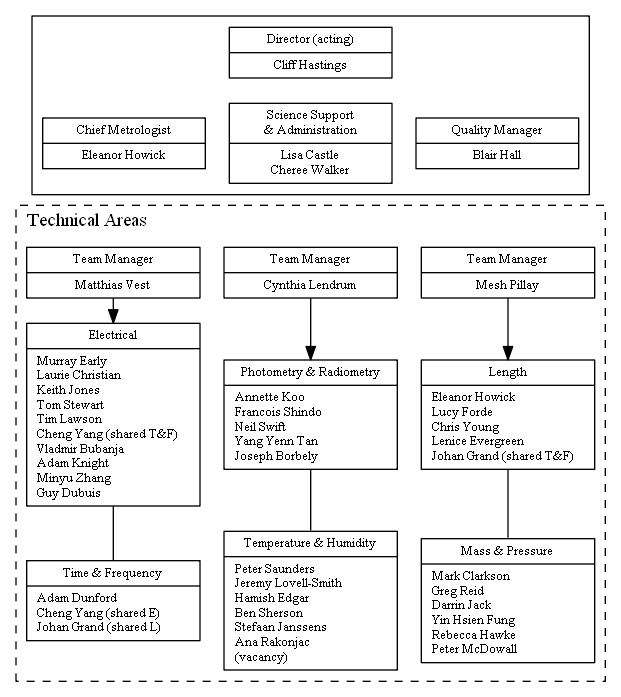
Before: quality_manual_document/pictures/MSL_org_full.png, a diagram exported from Graphviz (MSLNZ/Quality-Manual). Its source is kept beside it as quality_manual_document/pictures/MSL_org_full.gv.
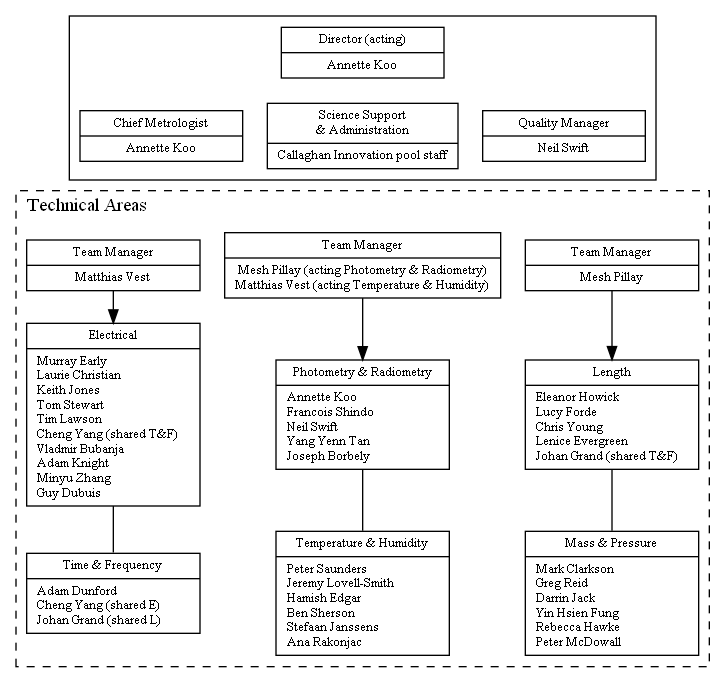
The same file after the commit.

The edit, as a diff of the source:
```diff
@@ -23,14 +23,14 @@
         nodesep = "0.1 equally"     /* minimum horizontal distance */
 
         B1 [style=invis];
-        D [label="{Director (acting)|Cliff Hastings}"];
+        D [label="{Director (acting)|Annette Koo}"];
         B2 [style=invis];
 
         {rank=same; B2, D, B1 ; }
 
-        QM [label="{Quality Manager|Blair Hall}" ];
-        SSC[label="{Science Support\n& Administration|Lisa Castle\nCheree Walker}" ];
-        CM [label="{Chief Metrologist|Eleanor Howick}" ];
+        QM [label="{Quality Manager|Neil Swift}" ];
+        SSC[label="{Science Support\n& Administration|Callaghan Innovation pool staff}" ];
+        CM [label="{Chief Metrologist|Annette Koo}" ];
 
         {rank=same; QM, SSC, CM; }
 
@@ -66,7 +66,8 @@
 
         TeamTemperatureLight[
             label="{Team Manager|"
-            +   "Cynthia Lendrum\n"
+            +   "Mesh Pillay (acting Photometry & Radiometry)\n"
+            +   "Matthias Vest (acting Temperature & Humidity)\n"
             +   "}"
         ];
 
@@ -128,7 +129,6 @@
         +	"Ben Sherson\l"
         +   "Stefaan Janssens\l"
         +   "Ana Rakonjac\l"
-        +   "(vacancy)\l"
         +   "}"
         ];
 
```
